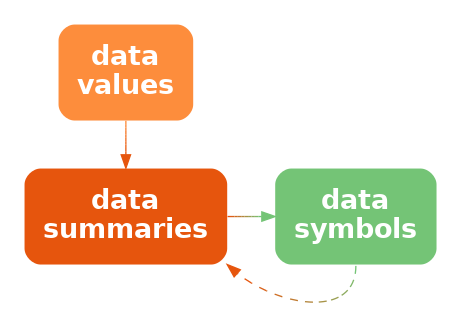
Before: Diagrams/stat-sym-decode.png, a diagram exported from Graphviz (pmur002/hdvw). Its source is kept beside it as Diagrams/stat-sym-decode.dot.
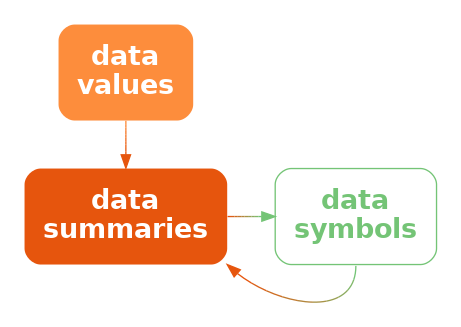
Later version of the same file.

Diff of the diagram source:
```diff
@@ -4,9 +4,9 @@
   data [ label="data\nvalues"; shape=box; style="filled, rounded"; penwidth=0; fontcolor=white; fillcolor="#FD8D3C" ]
   stat [ label="data\nsummaries"; shape=box; style="filled, rounded"; penwidth=0; fontcolor=white; fillcolor="#E6550D" ]
   sym [ label="data\nsymbols"; shape=box;
-     style="filled, rounded"; penwidth=0; fontcolor=white; fillcolor="#74C476" ]
-  data -> stat [ color="#FD8D3C;0.1:#FA8737;0.1:#F88132;0.1:#F57A2C;0.1:#F37427;0.1:#F06E22;0.1:#EE681D;0.1:#EB6117;0.1:#E95B12;0.1:#E6550D;0.1" ]
-  stat -> sym [ color="#E6550D;0.1:#D96119;0.1:#CD6E24;0.1:#C07A30;0.1:#B3863C;0.1:#A79347;0.1:#9A9F53;0.1:#8DAB5F;0.1:#81B86A;0.1:#74C476;0.1" ]
-  sym:s -> stat:se [ style="dashed", color="#74C476;0.1:#81B86A;0.1:#8DAB5F;0.1:#9A9F53;0.1:#A79347;0.1:#B3863C;0.1:#C07A30;0.1:#CD6E24;0.1:#D96119;0.1:#E6550D;0.1" ]
+     style="rounded"; color="#74C476"; fontcolor="#74C476" ]
+  data -> stat [ style="solid"; penwidth=1; color="#FD8D3C;0.1:#FA8737;0.1:#F88132;0.1:#F57A2C;0.1:#F37427;0.1:#F06E22;0.1:#EE681D;0.1:#EB6117;0.1:#E95B12;0.1:#E6550D;0.1" ]
+  stat -> sym [ style="bold"; penwidth=1; color="#E6550D;0.1:#D96119;0.1:#CD6E24;0.1:#C07A30;0.1:#B3863C;0.1:#A79347;0.1:#9A9F53;0.1:#8DAB5F;0.1:#81B86A;0.1:#74C476;0.1" ]
+  sym:s -> stat:se [ style="solid", color="#74C476;0.1:#81B86A;0.1:#8DAB5F;0.1:#9A9F53;0.1:#A79347;0.1:#B3863C;0.1:#C07A30;0.1:#CD6E24;0.1:#D96119;0.1:#E6550D;0.1" ]
 { rank=same; data, stat }
 }
```
